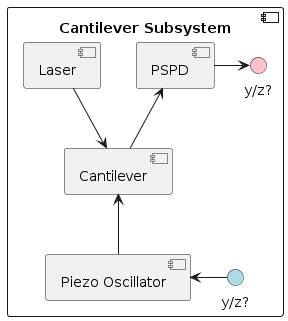
The PlantUML diagram afm_spm_components/images/cantilever_subsystem.png in nsulmol/documentation, before a commit. The source it was exported from:
```plantuml
@startuml
!include style.puml

!startsub component
component "Cantilever Subsystem" as cantilever_subsystem {
  component Laser as laser
  component Cantilever as cantilever
  component PSPD as pspd
  component "Piezo Oscillator" as cantilever_piezo
  interface "y/z?" <<output>> as pspd_out
  interface "y/z?" <<input>> as cant_piezo_in

  laser -d-> cantilever
  cantilever -u-> pspd
  cantilever_piezo -u-> cantilever
  pspd -r-> pspd_out
  cant_piezo_in -l-> cantilever_piezo
}
!endsub
@enduml
```
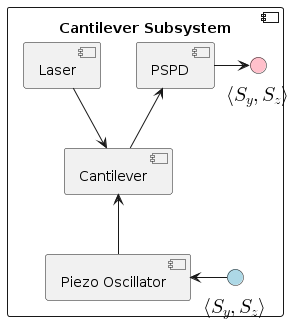
Later version of the same file.

The edit, as a diff of the source:
```diff
@@ -7,13 +7,13 @@
   component Cantilever as cantilever
   component PSPD as pspd
   component "Piezo Oscillator" as cantilever_piezo
-  interface "y/z?" <<output>> as pspd_out
-  interface "y/z?" <<input>> as cant_piezo_in
+  interface "<latex>\langle S_y, S_z \rangle</latex>" <<output>> as pspd_out
+  interface "<latex>\langle S_y, S_z \rangle</latex>" <<input>> as cant_piezo_in
 
-  laser -d-> cantilever
+  laser --> cantilever
   cantilever -u-> pspd
   cantilever_piezo -u-> cantilever
-  pspd -r-> pspd_out
+  pspd -> pspd_out
   cant_piezo_in -l-> cantilever_piezo
 }
 !endsub
```
